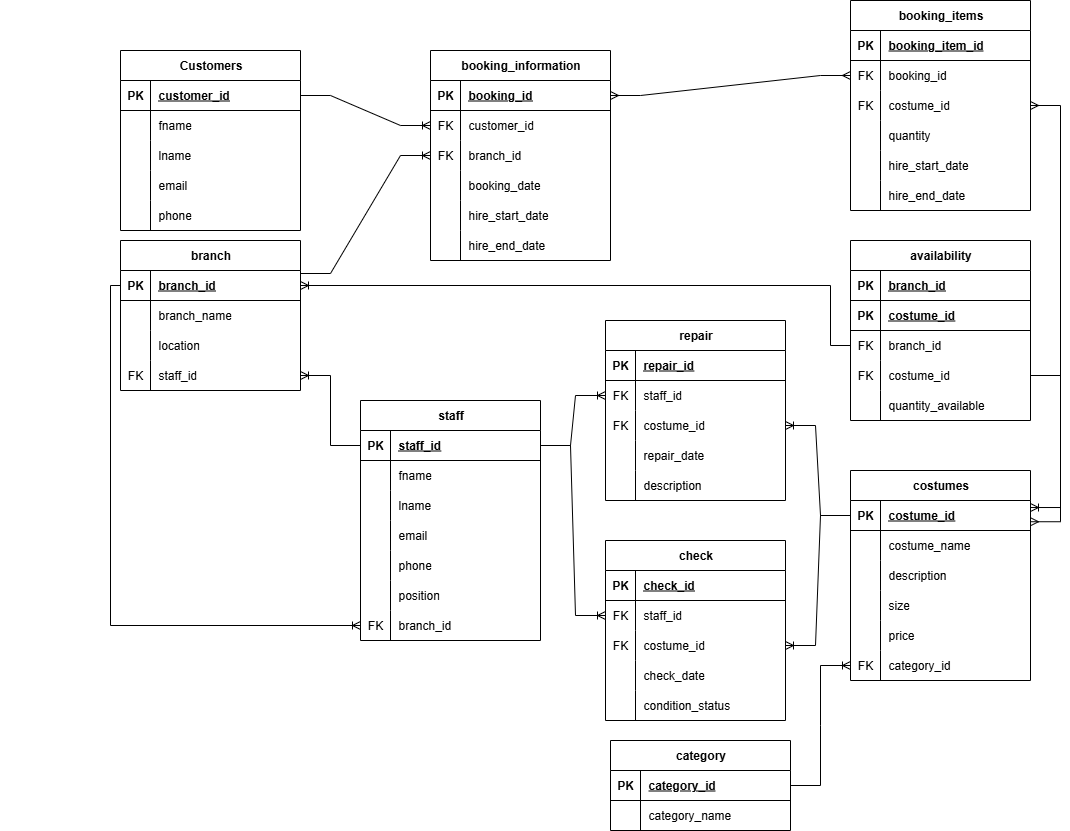
Above: relationalModel.png in ds526-student/compx225_deliverableOne (draw.io), before the change. Source tidied: cells renumbered, new cells last; positions are measured from the earlier drawing's top-left corner, leaving out a move shared by most shapes.
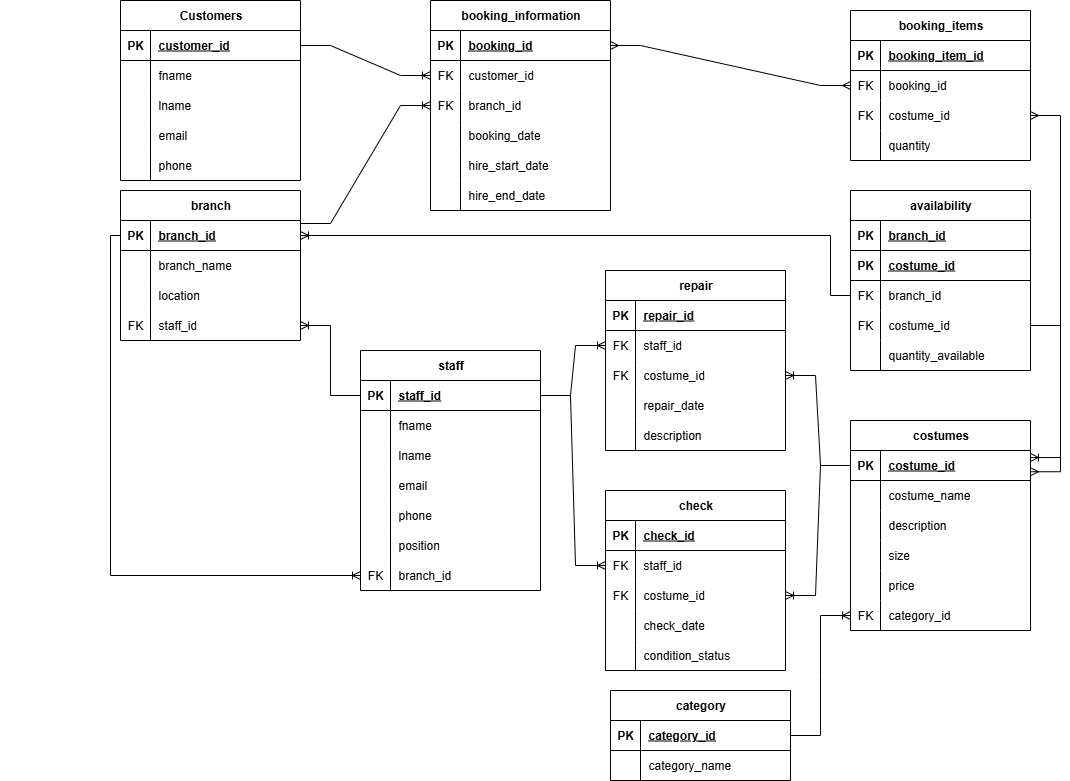
Later version of the same file.

Diff of the diagram source:
```diff
@@ -339,7 +339,7 @@
       <mxGeometry x="30" width="150" height="30" as="geometry" />
     </mxCell>
     <mxCell id="114" value="booking_items" style="shape=table;startSize=30;rowLines=0;fontStyle=1;align=center;html=1;" parent="1" vertex="1">
-      <mxGeometry x="850" width="180" height="210" as="geometry" />
+      <mxGeometry x="850" y="60" width="180" height="150" as="geometry" />
     </mxCell>
     <mxCell id="115" style="shape=tableRow;horizontal=0;startSize=0;swimlaneHead=0;swimlaneBody=0;fillColor=none;top=0;left=0;right=0;bottom=1;" parent="114" vertex="1">
       <mxGeometry y="30" width="180" height="30" as="geometry" />
@@ -377,24 +377,6 @@
     <mxCell id="126" value="quantity" style="shape=partialRectangle;fillColor=none;top=0;left=0;bottom=0;right=0;align=left;spacingLeft=6;overflow=hidden;whiteSpace=wrap;html=1;" parent="124" vertex="1">
       <mxGeometry x="30" width="150" height="30" as="geometry" />
     </mxCell>
-    <mxCell id="127" style="shape=tableRow;horizontal=0;startSize=0;swimlaneHead=0;swimlaneBody=0;fillColor=none;top=0;left=0;right=0;bottom=0;" parent="114" vertex="1">
-      <mxGeometry y="150" width="180" height="30" as="geometry" />
-    </mxCell>
-    <mxCell id="128" style="shape=partialRectangle;fillColor=none;top=0;left=0;bottom=0;right=0;overflow=hidden;whiteSpace=wrap;html=1;" parent="127" vertex="1">
-      <mxGeometry width="30" height="30" as="geometry" />
-    </mxCell>
-    <mxCell id="129" value="hire_start_date" style="shape=partialRectangle;fillColor=none;top=0;left=0;bottom=0;right=0;align=left;spacingLeft=6;overflow=hidden;whiteSpace=wrap;html=1;" parent="127" vertex="1">
-      <mxGeometry x="30" width="150" height="30" as="geometry" />
-    </mxCell>
-    <mxCell id="130" style="shape=tableRow;horizontal=0;startSize=0;swimlaneHead=0;swimlaneBody=0;fillColor=none;top=0;left=0;right=0;bottom=0;" parent="114" vertex="1">
-      <mxGeometry y="180" width="180" height="30" as="geometry" />
-    </mxCell>
-    <mxCell id="131" style="shape=partialRectangle;fillColor=none;top=0;left=0;bottom=0;right=0;overflow=hidden;whiteSpace=wrap;html=1;" parent="130" vertex="1">
-      <mxGeometry width="30" height="30" as="geometry" />
-    </mxCell>
-    <mxCell id="132" value="hire_end_date" style="shape=partialRectangle;fillColor=none;top=0;left=0;bottom=0;right=0;align=left;spacingLeft=6;overflow=hidden;whiteSpace=wrap;html=1;" parent="130" vertex="1">
-      <mxGeometry x="30" width="150" height="30" as="geometry" />
-    </mxCell>
     <mxCell id="133" value="repair" style="shape=table;startSize=30;rowLines=0;fontStyle=1;align=center;html=1;" parent="1" vertex="1">
       <mxGeometry x="605" y="320" width="180" height="180" as="geometry" />
     </mxCell>
```
